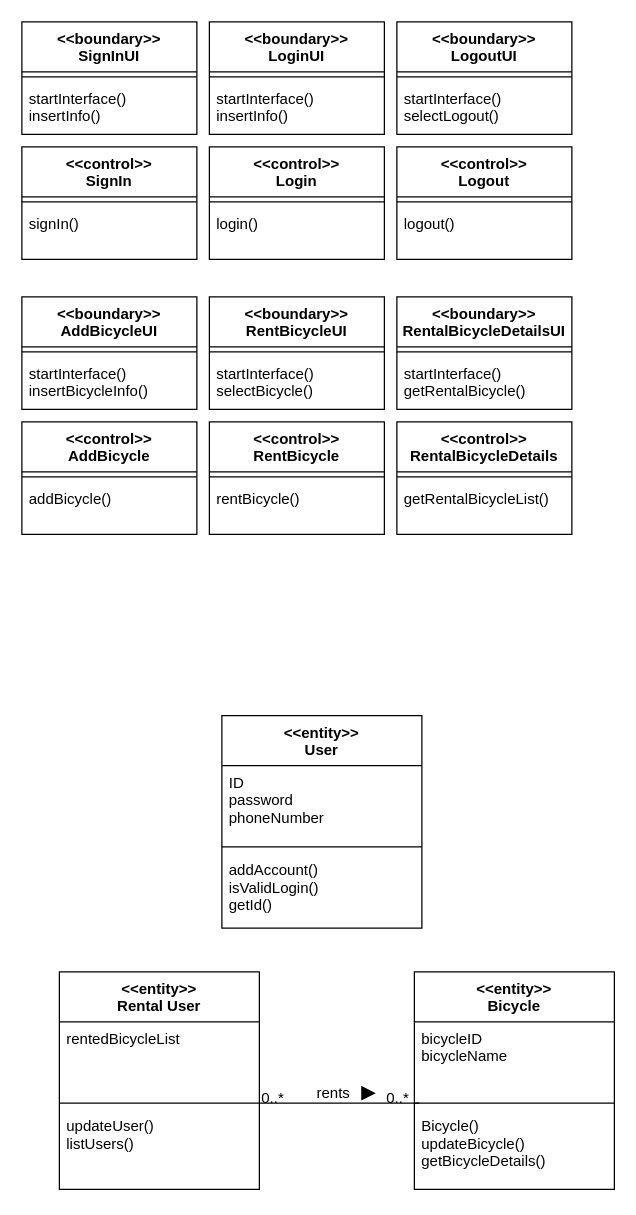
Before: page "페이지-2" (2 of 2) of class_diagram.drawio in yeeunli/software-engineering-hw2, a draw.io diagram. Source tidied: cells renumbered, new cells numbered last; positions are measured from the earlier drawing's top-left corner, leaving out a move shared by most shapes. Both pictures are drawn from the tidied source at 125%, with x=0, y=0 at pixel (21, 21).
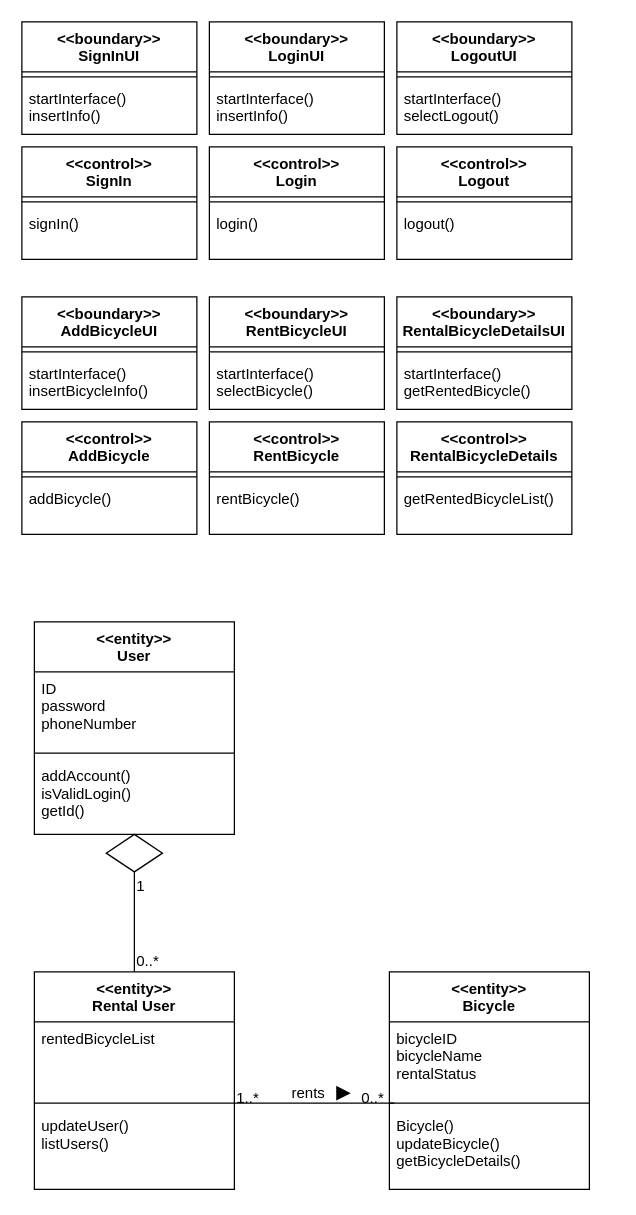
The same diagram, later.

The change refers to these unchanged cells:
```xml
<mxCell id="32" value="&amp;lt;&amp;lt;boundary&amp;gt;&amp;gt;&lt;div&gt;RentalBicycleDetailsUI&lt;/div&gt;" style="swimlane;fontStyle=1;align=center;verticalAlign=top;horizontal=1;startSize=40;whiteSpace=wrap;html=1;" parent="1" vertex="1">
  <mxGeometry x="300" y="220" width="140" height="90" as="geometry" />
</mxCell>
<mxCell id="35" value="&amp;lt;&amp;lt;control&amp;gt;&amp;gt;&lt;div&gt;RentalBicycleDetails&lt;/div&gt;" style="swimlane;fontStyle=1;align=center;verticalAlign=top;horizontal=1;startSize=40;whiteSpace=wrap;html=1;" parent="1" vertex="1">
  <mxGeometry x="300" y="320" width="140" height="90" as="geometry" />
</mxCell>
```

What changed in the source:
```diff
@@
-    <mxCell id="34" value="startInterface()&lt;div&gt;getRentalBicycle&lt;span style=&quot;background-color: transparent; color: light-dark(rgb(0, 0, 0), rgb(255, 255, 255));&quot;&gt;()&lt;/span&gt;&lt;/div&gt;" style="text;strokeColor=none;fillColor=none;align=left;verticalAlign=top;spacingLeft=4;spacingRight=4;overflow=hidden;whiteSpace=wrap;html=1;" parent="32" vertex="1">
+    <mxCell id="34" value="startInterface()&lt;div&gt;getRentedBicycle&lt;span style=&quot;background-color: transparent; color: light-dark(rgb(0, 0, 0), rgb(255, 255, 255));&quot;&gt;()&lt;/span&gt;&lt;/div&gt;" style="text;strokeColor=none;fillColor=none;align=left;verticalAlign=top;spacingLeft=4;spacingRight=4;overflow=hidden;whiteSpace=wrap;html=1;" parent="32" vertex="1">
       <mxGeometry y="48" width="140" height="42" as="geometry" />
     </mxCell>
@@
-    <mxCell id="37" value="&lt;div&gt;getRentalBicycleList&lt;span style=&quot;background-color: transparent; color: light-dark(rgb(0, 0, 0), rgb(255, 255, 255));&quot;&gt;()&lt;/span&gt;&lt;/div&gt;" style="text;strokeColor=none;fillColor=none;align=left;verticalAlign=top;spacingLeft=4;spacingRight=4;overflow=hidden;whiteSpace=wrap;html=1;" parent="35" vertex="1">
+    <mxCell id="37" value="&lt;div&gt;getRentedBicycleList&lt;span style=&quot;background-color: transparent; color: light-dark(rgb(0, 0, 0), rgb(255, 255, 255));&quot;&gt;()&lt;/span&gt;&lt;/div&gt;" style="text;strokeColor=none;fillColor=none;align=left;verticalAlign=top;spacingLeft=4;spacingRight=4;overflow=hidden;whiteSpace=wrap;html=1;" parent="35" vertex="1">
       <mxGeometry y="48" width="140" height="42" as="geometry" />
     </mxCell>
     <mxCell id="38" value="&lt;&lt;entity&gt;&gt;&#10;User" style="swimlane;fontStyle=1;align=center;verticalAlign=middle;horizontal=1;startSize=40;rounded=0;shadow=0;strokeWidth=1;swimlaneLine=1;" parent="1" vertex="1">
-      <mxGeometry x="160" y="555" width="160" height="170" as="geometry" />
+      <mxGeometry x="10" y="480" width="160" height="170" as="geometry" />
     </mxCell>
@@
     <mxCell id="42" style="endArrow=none;shadow=0;strokeWidth=1;rounded=0;curved=0;endFill=1;edgeStyle=elbowEdgeStyle;elbow=vertical;startFill=0;" parent="1" edge="1">
       <mxGeometry x="0.5" y="41" relative="1" as="geometry">
-        <mxPoint x="190" y="865" as="sourcePoint" />
-        <mxPoint x="318" y="865" as="targetPoint" />
+        <mxPoint x="170" y="865" as="sourcePoint" />
+        <mxPoint x="298" y="865" as="targetPoint" />
         <mxPoint x="-40" y="32" as="offset" />
       </mxGeometry>
     </mxCell>
-    <mxCell id="43" value="0..*" style="align=left;verticalAlign=bottom;labelBackgroundColor=none;fontSize=12;" parent="42" vertex="1">
+    <mxCell id="43" value="1..*" style="align=left;verticalAlign=bottom;labelBackgroundColor=none;fontSize=12;" parent="42" vertex="1">
       <mxGeometry x="-1" relative="1" as="geometry">
         <mxPoint y="4" as="offset" />
       </mxGeometry>
     </mxCell>
@@
     <mxCell id="46" value="&lt;&lt;entity&gt;&gt;&#10;Bicycle" style="swimlane;fontStyle=1;align=center;verticalAlign=middle;horizontal=1;startSize=40;rounded=0;shadow=0;strokeWidth=1;swimlaneLine=1;" parent="1" vertex="1">
-      <mxGeometry x="314" y="760" width="160" height="174" as="geometry" />
+      <mxGeometry x="294" y="760" width="160" height="174" as="geometry" />
     </mxCell>
-    <mxCell id="47" value="bicycleID&#10;bicycleName&#10;" style="text;align=left;verticalAlign=top;spacingLeft=4;spacingRight=4;overflow=hidden;" parent="46" vertex="1">
+    <mxCell id="47" value="bicycleID&#10;bicycleName&#10;rentalStatus" style="text;align=left;verticalAlign=top;spacingLeft=4;spacingRight=4;overflow=hidden;" parent="46" vertex="1">
       <mxGeometry y="40" width="160" height="60" as="geometry" />
     </mxCell>
@@
     <mxCell id="50" value="&lt;&lt;entity&gt;&gt;&#10;Rental User" style="swimlane;fontStyle=1;align=center;verticalAlign=middle;horizontal=1;startSize=40;rounded=0;shadow=0;strokeWidth=1;swimlaneLine=1;" parent="1" vertex="1">
-      <mxGeometry x="30" y="760" width="160" height="174" as="geometry" />
+      <mxGeometry x="10" y="760" width="160" height="174" as="geometry" />
     </mxCell>
@@
     <mxCell id="54" style="triangle;whiteSpace=wrap;html=1;labelBackgroundColor=#000000;fontColor=#000000;labelBorderColor=none;textShadow=0;fillColor=#000000;" parent="1" vertex="1">
-      <mxGeometry x="272" y="852" width="10" height="10" as="geometry" />
+      <mxGeometry x="252" y="852" width="10" height="10" as="geometry" />
     </mxCell>
+    <mxCell id="55" style="rhombus;whiteSpace=wrap;html=1;" parent="1" vertex="1">
+      <mxGeometry x="67.5" y="650" width="45" height="30" as="geometry" />
+    </mxCell>
+    <mxCell id="56" style="endArrow=none;html=1;rounded=0;entryX=0.5;entryY=1;entryDx=0;entryDy=0;exitX=0.5;exitY=0;exitDx=0;exitDy=0;" parent="1" edge="1" source="50" target="55">
+      <mxGeometry relative="1" as="geometry" />
+    </mxCell>
+    <mxCell id="57" value="1" style="align=left;verticalAlign=bottom;labelBackgroundColor=none;fontSize=12;" parent="1" vertex="1">
+      <mxGeometry x="90" y="700" as="geometry" />
+    </mxCell>
+    <mxCell id="58" value="0..*" style="align=left;verticalAlign=bottom;labelBackgroundColor=none;fontSize=12;direction=west;" parent="1" vertex="1">
+      <mxGeometry x="90" y="760" as="geometry" />
+    </mxCell>
```
